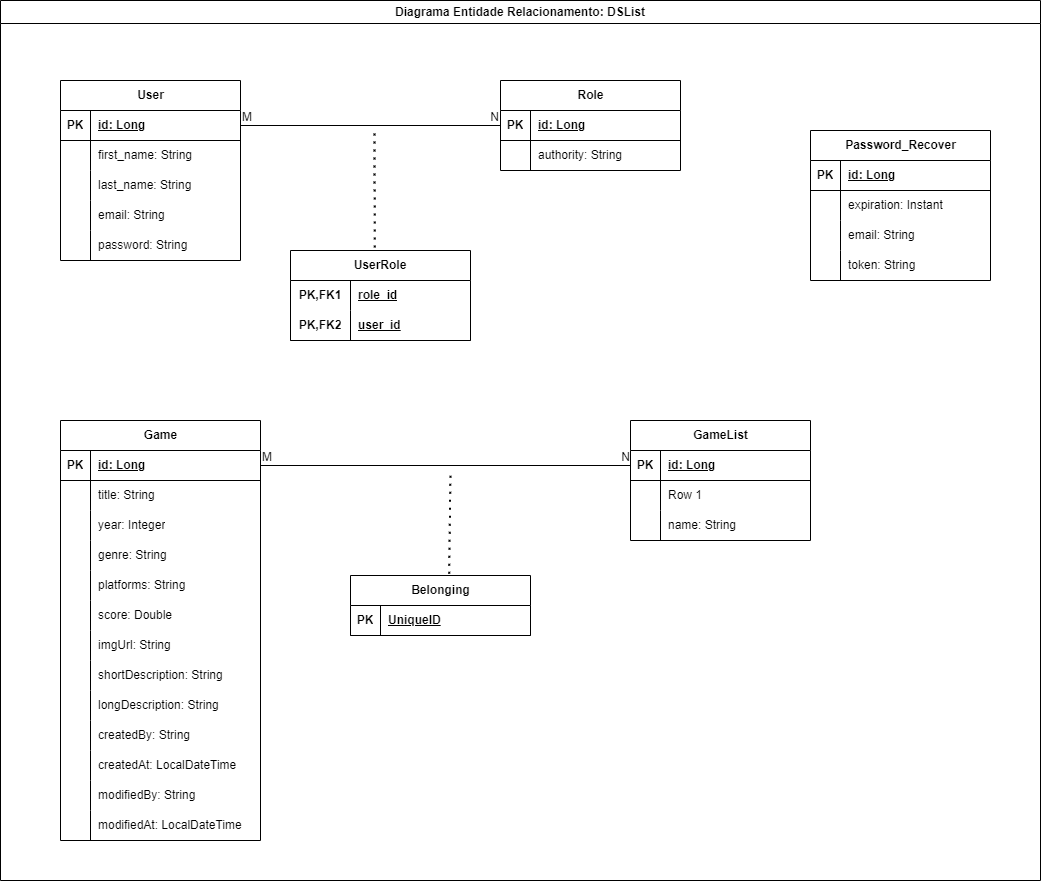
This is src/main/resources/assets/dslist-model.png from fabioallima/list, a draw.io export, as it was before one commit. Source tidied: cells renumbered, new cells last; positions are measured from the earlier drawing's top-left corner, leaving out a move shared by most shapes.
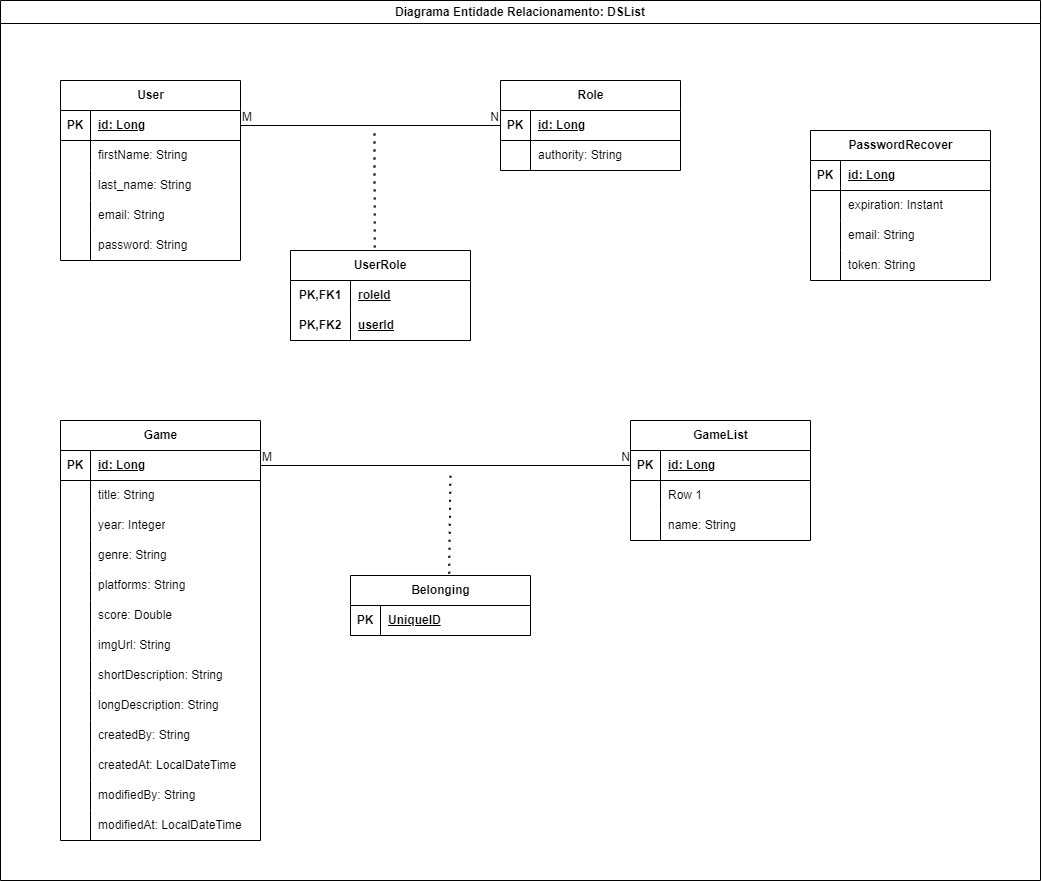
The same file after the commit.

Change to the diagram source:
```diff
@@ -196,7 +196,7 @@
     <mxCell id="65" style="shape=partialRectangle;fillColor=none;top=0;left=0;bottom=0;right=0;overflow=hidden;whiteSpace=wrap;html=1;" parent="64" vertex="1">
       <mxGeometry width="30" height="30" as="geometry" />
     </mxCell>
-    <mxCell id="66" value="first_name: String" style="shape=partialRectangle;fillColor=none;top=0;left=0;bottom=0;right=0;align=left;spacingLeft=6;overflow=hidden;whiteSpace=wrap;html=1;" parent="64" vertex="1">
+    <mxCell id="66" value="firstName: String" style="shape=partialRectangle;fillColor=none;top=0;left=0;bottom=0;right=0;align=left;spacingLeft=6;overflow=hidden;whiteSpace=wrap;html=1;" parent="64" vertex="1">
       <mxGeometry x="30" width="150" height="30" as="geometry" />
     </mxCell>
     <mxCell id="67" style="shape=tableRow;horizontal=0;startSize=0;swimlaneHead=0;swimlaneBody=0;fillColor=none;top=0;left=0;right=0;bottom=0;" parent="60" vertex="1">
@@ -256,7 +256,7 @@
     <mxCell id="85" value="PK,FK1" style="shape=partialRectangle;fillColor=none;top=0;left=0;bottom=0;right=0;fontStyle=1;overflow=hidden;html=1;whiteSpace=wrap;" parent="84" vertex="1">
       <mxGeometry width="60" height="30" as="geometry" />
     </mxCell>
-    <mxCell id="86" value="role_id" style="shape=partialRectangle;fillColor=none;top=0;left=0;bottom=0;right=0;align=left;spacingLeft=6;fontStyle=5;overflow=hidden;html=1;whiteSpace=wrap;" parent="84" vertex="1">
+    <mxCell id="86" value="roleId" style="shape=partialRectangle;fillColor=none;top=0;left=0;bottom=0;right=0;align=left;spacingLeft=6;fontStyle=5;overflow=hidden;html=1;whiteSpace=wrap;" parent="84" vertex="1">
       <mxGeometry x="60" width="120" height="30" as="geometry" />
     </mxCell>
     <mxCell id="87" style="shape=tableRow;horizontal=0;startSize=0;swimlaneHead=0;swimlaneBody=0;fillColor=none;top=0;left=0;right=0;bottom=1;html=1;" parent="83" vertex="1">
@@ -265,7 +265,7 @@
     <mxCell id="88" value="PK,FK2" style="shape=partialRectangle;fillColor=none;top=0;left=0;bottom=0;right=0;fontStyle=1;overflow=hidden;html=1;whiteSpace=wrap;" parent="87" vertex="1">
       <mxGeometry width="60" height="30" as="geometry" />
     </mxCell>
-    <mxCell id="89" value="user_id" style="shape=partialRectangle;fillColor=none;top=0;left=0;bottom=0;right=0;align=left;spacingLeft=6;fontStyle=5;overflow=hidden;html=1;whiteSpace=wrap;" parent="87" vertex="1">
+    <mxCell id="89" value="userId" style="shape=partialRectangle;fillColor=none;top=0;left=0;bottom=0;right=0;align=left;spacingLeft=6;fontStyle=5;overflow=hidden;html=1;whiteSpace=wrap;" parent="87" vertex="1">
       <mxGeometry x="60" width="120" height="30" as="geometry" />
     </mxCell>
     <mxCell id="90" style="endArrow=none;html=1;rounded=0;exitX=1;exitY=0.5;exitDx=0;exitDy=0;entryX=0;entryY=0.5;entryDx=0;entryDy=0;" parent="1" edge="1" source="61" target="77">
@@ -282,7 +282,7 @@
         <mxPoint x="374" y="130" as="targetPoint" />
       </mxGeometry>
     </mxCell>
-    <mxCell id="94" value="Password_Recover" style="shape=table;startSize=30;rowLines=0;fontStyle=1;align=center;html=1;" parent="1" vertex="1">
+    <mxCell id="94" value="PasswordRecover" style="shape=table;startSize=30;rowLines=0;fontStyle=1;align=center;html=1;" parent="1" vertex="1">
       <mxGeometry x="810" y="130" width="180" height="150" as="geometry" />
     </mxCell>
     <mxCell id="95" style="shape=tableRow;horizontal=0;startSize=0;swimlaneHead=0;swimlaneBody=0;fillColor=none;top=0;left=0;right=0;bottom=1;" parent="94" vertex="1">
```
